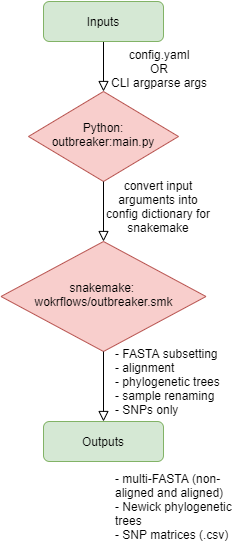
Before: docs/images/spora_workflow.png, a diagram exported from draw.io (matt-sd-watson/spora). Source tidied: cells renumbered, new cells last; positions are measured from the earlier drawing's top-left corner, leaving out a move shared by most shapes.
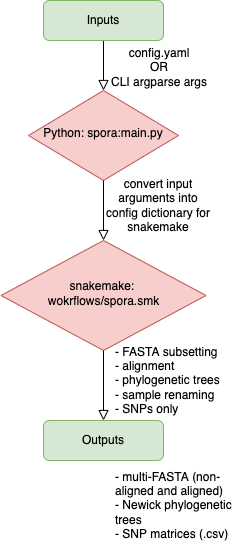
Above is the later version.

What changed in the source:
```diff
@@ -8,10 +8,10 @@
     <mxCell id="3" value="Inputs" style="rounded=1;whiteSpace=wrap;html=1;fontSize=12;glass=0;strokeWidth=1;shadow=0;fillColor=#d5e8d4;strokeColor=#82b366;" parent="1" vertex="1">
       <mxGeometry x="42" width="120" height="40" as="geometry" />
     </mxCell>
-    <mxCell id="4" value="Python: outbreaker:main.py" style="rhombus;whiteSpace=wrap;html=1;shadow=0;fontFamily=Helvetica;fontSize=12;align=center;strokeWidth=1;spacing=6;spacingTop=-4;fillColor=#f8cecc;strokeColor=#b85450;" parent="1" vertex="1">
+    <mxCell id="4" value="Python: spora:main.py" style="rhombus;whiteSpace=wrap;html=1;shadow=0;fontFamily=Helvetica;fontSize=12;align=center;strokeWidth=1;spacing=6;spacingTop=-4;fillColor=#f8cecc;strokeColor=#b85450;" parent="1" vertex="1">
       <mxGeometry x="27" y="90" width="150" height="90" as="geometry" />
     </mxCell>
-    <mxCell id="5" value="snakemake:&amp;nbsp;&lt;br&gt;wokrflows/outbreaker.smk" style="rhombus;whiteSpace=wrap;html=1;shadow=0;fontFamily=Helvetica;fontSize=12;align=center;strokeWidth=1;spacing=6;spacingTop=-4;fillColor=#f8cecc;strokeColor=#b85450;" parent="1" vertex="1">
+    <mxCell id="5" value="snakemake:&amp;nbsp;&lt;br&gt;wokrflows/spora.smk" style="rhombus;whiteSpace=wrap;html=1;shadow=0;fontFamily=Helvetica;fontSize=12;align=center;strokeWidth=1;spacing=6;spacingTop=-4;fillColor=#f8cecc;strokeColor=#b85450;" parent="1" vertex="1">
       <mxGeometry x="-0.5" y="240" width="205" height="110" as="geometry" />
     </mxCell>
     <mxCell id="6" value="Outputs" style="rounded=1;whiteSpace=wrap;html=1;fontSize=12;glass=0;strokeWidth=1;shadow=0;fillColor=#d5e8d4;strokeColor=#82b366;" parent="1" vertex="1">
```
